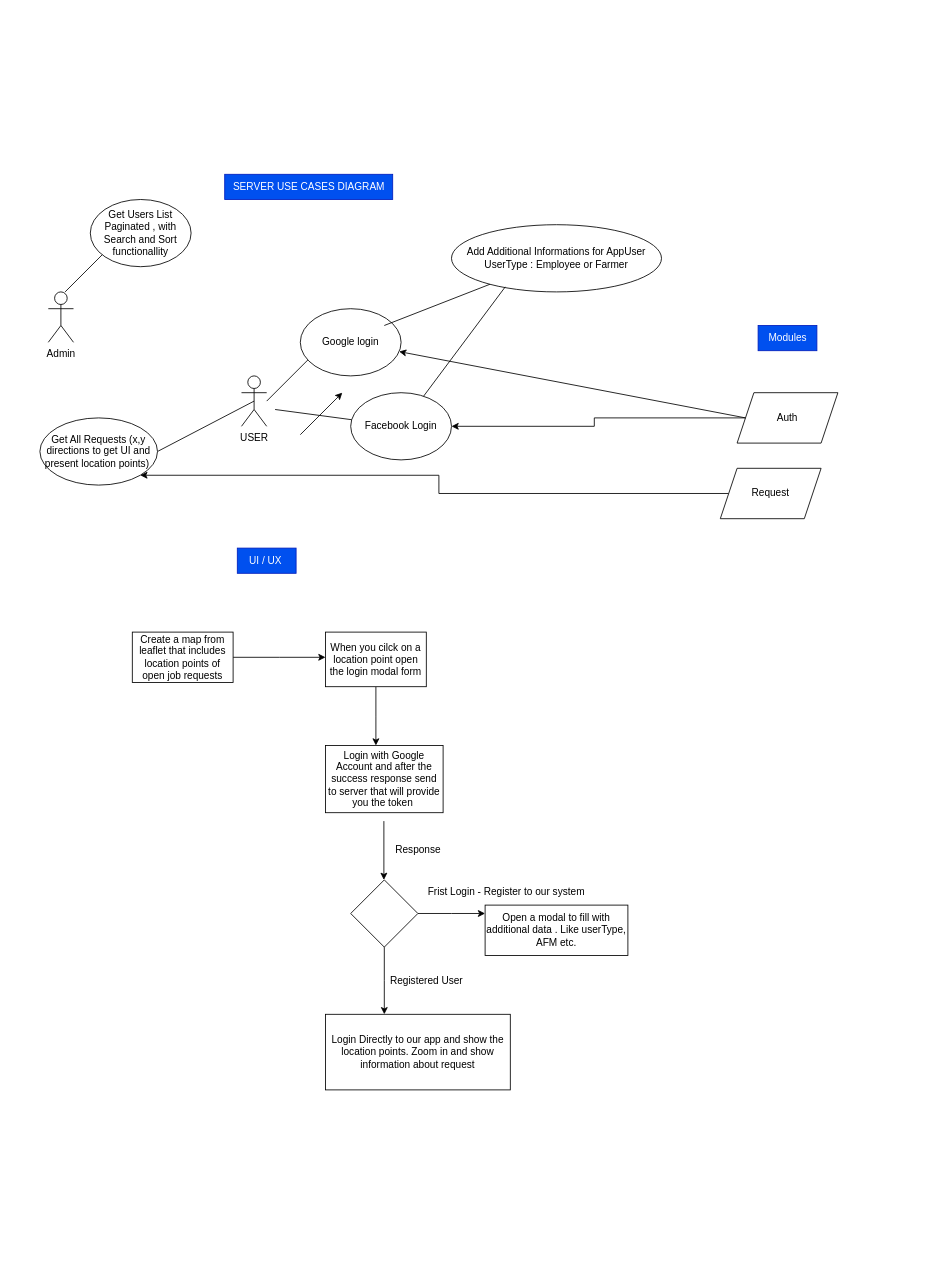
The draw.io diagram documentation/MariaDb/Farm Employee SiteMap.drawio in iliophanis/farm-employee, before the edit. Source tidied: cells renumbered, new cells numbered last; positions are measured from the earlier drawing's top-left corner, leaving out a move shared by most shapes. Both pictures are drawn from the tidied source at 84%, with x=0, y=0 at pixel (39, 174).
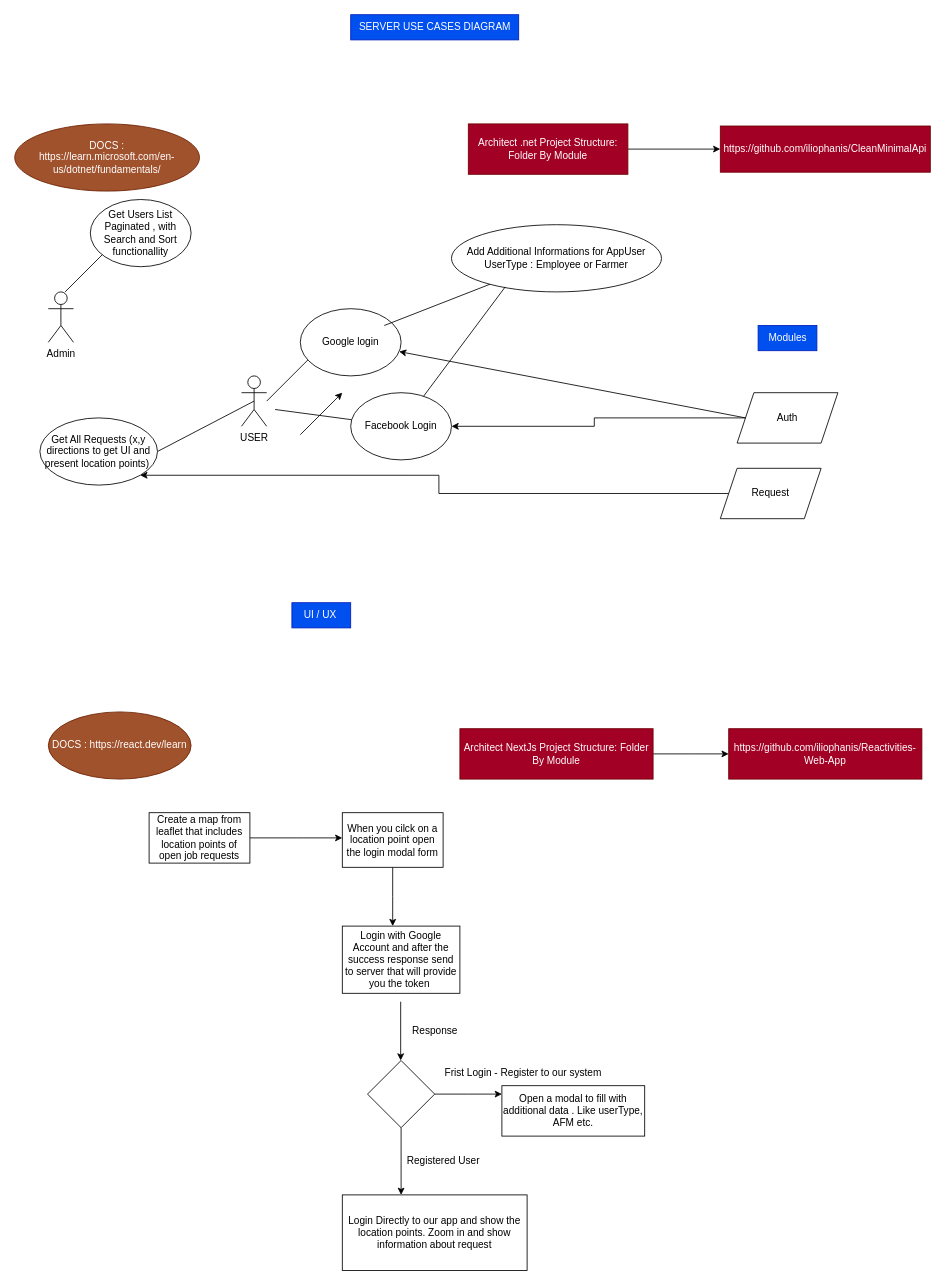
Above is the later version.

Change to the diagram source:
```diff
@@
     <mxCell id="13" value="SERVER USE CASES DIAGRAM" style="text;html=1;align=center;verticalAlign=middle;strokeColor=#001DBC;fillColor=#0050ef;fontColor=#ffffff;" parent="1" vertex="1">
-      <mxGeometry x="220" width="200" height="30" as="geometry" />
+      <mxGeometry x="370" y="-190" width="200" height="30" as="geometry" />
     </mxCell>
     <mxCell id="14" value="UI / UX&amp;nbsp;" style="text;html=1;align=center;verticalAlign=middle;strokeColor=#001DBC;fillColor=#0050ef;fontColor=#ffffff;" parent="1" vertex="1">
-      <mxGeometry x="235" y="445" width="70" height="30" as="geometry" />
+      <mxGeometry x="300" y="510" width="70" height="30" as="geometry" />
     </mxCell>
     <mxCell id="15" style="edgeStyle=orthogonalEdgeStyle;rounded=0;jettySize=auto;html=1;" parent="1" edge="1" source="16">
       <mxGeometry relative="1" as="geometry">
-        <mxPoint x="340" y="575" as="targetPoint" />
+        <mxPoint x="360" y="790" as="targetPoint" />
       </mxGeometry>
     </mxCell>
     <mxCell id="16" value="Create a map from leaflet that includes location points of open job requests" style="rounded=0;whiteSpace=wrap;html=1;" parent="1" vertex="1">
-      <mxGeometry x="110" y="545" width="120" height="60" as="geometry" />
+      <mxGeometry x="130" y="760" width="120" height="60" as="geometry" />
     </mxCell>
     <mxCell id="17" style="edgeStyle=orthogonalEdgeStyle;rounded=0;jettySize=auto;html=1;" parent="1" edge="1" source="18">
       <mxGeometry relative="1" as="geometry">
-        <mxPoint x="400" y="680" as="targetPoint" />
+        <mxPoint x="420" y="895" as="targetPoint" />
       </mxGeometry>
     </mxCell>
     <mxCell id="18" value="When you cilck on a location point open the login modal form" style="rounded=0;whiteSpace=wrap;html=1;" parent="1" vertex="1">
-      <mxGeometry x="340" y="545" width="120" height="65" as="geometry" />
+      <mxGeometry x="360" y="760" width="120" height="65" as="geometry" />
     </mxCell>
     <mxCell id="19" value="Login with Google Account and after the success response send to server that will provide you the token&amp;nbsp;" style="rounded=0;whiteSpace=wrap;html=1;" parent="1" vertex="1">
-      <mxGeometry x="340" y="680" width="140" height="80" as="geometry" />
+      <mxGeometry x="360" y="895" width="140" height="80" as="geometry" />
     </mxCell>
     <mxCell id="20" style="edgeStyle=orthogonalEdgeStyle;rounded=0;jettySize=auto;html=1;" parent="1" edge="1" source="22">
       <mxGeometry relative="1" as="geometry">
-        <mxPoint x="530" y="880" as="targetPoint" />
+        <mxPoint x="550" y="1095" as="targetPoint" />
       </mxGeometry>
     </mxCell>
     <mxCell id="21" style="edgeStyle=orthogonalEdgeStyle;rounded=0;jettySize=auto;html=1;" parent="1" edge="1" source="22">
       <mxGeometry relative="1" as="geometry">
-        <mxPoint x="410" y="1000" as="targetPoint" />
+        <mxPoint x="430" y="1215" as="targetPoint" />
       </mxGeometry>
     </mxCell>
     <mxCell id="22" style="rhombus;whiteSpace=wrap;html=1;" parent="1" vertex="1">
-      <mxGeometry x="370" y="840" width="80" height="80" as="geometry" />
+      <mxGeometry x="390" y="1055" width="80" height="80" as="geometry" />
     </mxCell>
     <mxCell id="23" style="edgeStyle=orthogonalEdgeStyle;rounded=0;orthogonalLoop=1;jettySize=auto;html=1;" parent="1" edge="1">
       <mxGeometry relative="1" as="geometry">
-        <mxPoint x="409.5" y="770" as="sourcePoint" />
-        <mxPoint x="409.5" y="840" as="targetPoint" />
+        <mxPoint x="429.5" y="985" as="sourcePoint" />
+        <mxPoint x="429.5" y="1055" as="targetPoint" />
       </mxGeometry>
     </mxCell>
     <mxCell id="24" value="Response" style="text;html=1;align=center;verticalAlign=middle;strokeColor=none;fillColor=none;" parent="1" vertex="1">
-      <mxGeometry x="410" y="790" width="80" height="30" as="geometry" />
+      <mxGeometry x="430" y="1005" width="80" height="30" as="geometry" />
     </mxCell>
     <mxCell id="25" value="Frist Login - Register to our system" style="text;html=1;align=center;verticalAlign=middle;strokeColor=none;fillColor=none;" parent="1" vertex="1">
-      <mxGeometry x="450" y="840" width="210" height="30" as="geometry" />
+      <mxGeometry x="470" y="1055" width="210" height="30" as="geometry" />
     </mxCell>
     <mxCell id="26" value="Registered User" style="text;html=1;align=center;verticalAlign=middle;strokeColor=none;fillColor=none;" parent="1" vertex="1">
-      <mxGeometry x="405" y="945" width="110" height="30" as="geometry" />
+      <mxGeometry x="425" y="1160" width="110" height="30" as="geometry" />
     </mxCell>
     <mxCell id="27" value="Open a modal to fill with additional data . Like userType, AFM etc." style="whiteSpace=wrap;html=1;" parent="1" vertex="1">
-      <mxGeometry x="530" y="870" width="170" height="60" as="geometry" />
+      <mxGeometry x="550" y="1085" width="170" height="60" as="geometry" />
     </mxCell>
     <mxCell id="28" value="Login Directly to our app and show the location points. Zoom in and show information about request" style="rounded=0;whiteSpace=wrap;html=1;" parent="1" vertex="1">
-      <mxGeometry x="340" y="1000" width="220" height="90" as="geometry" />
+      <mxGeometry x="360" y="1215" width="220" height="90" as="geometry" />
     </mxCell>
@@
+    <mxCell id="38" style="edgeStyle=orthogonalEdgeStyle;rounded=0;jettySize=auto;html=1;entryX=0;entryY=0.5;entryDx=0;entryDy=0;" parent="1" edge="1" source="39">
+      <mxGeometry relative="1" as="geometry">
+        <mxPoint x="820" y="690" as="targetPoint" />
+      </mxGeometry>
+    </mxCell>
+    <mxCell id="39" value="Architect NextJs Project Structure: Folder By Module" style="whiteSpace=wrap;html=1;fillColor=#a20025;fontColor=#ffffff;strokeColor=#6F0000;" parent="1" vertex="1">
+      <mxGeometry x="500" y="660" width="230" height="60" as="geometry" />
+    </mxCell>
+    <mxCell id="40" style="edgeStyle=orthogonalEdgeStyle;rounded=0;jettySize=auto;html=1;" parent="1" edge="1" source="41" target="42">
+      <mxGeometry relative="1" as="geometry" />
+    </mxCell>
+    <mxCell id="41" value="Architect .net Project Structure: Folder By Module" style="whiteSpace=wrap;html=1;fillColor=#a20025;fontColor=#ffffff;strokeColor=#6F0000;" parent="1" vertex="1">
+      <mxGeometry x="510" y="-60" width="190" height="60" as="geometry" />
+    </mxCell>
+    <mxCell id="42" value="https://github.com/iliophanis/CleanMinimalApi" style="whiteSpace=wrap;html=1;fillColor=#a20025;fontColor=#ffffff;strokeColor=#6F0000;" parent="1" vertex="1">
+      <mxGeometry x="810" y="-57.5" width="250" height="55" as="geometry" />
+    </mxCell>
+    <mxCell id="43" value="https://github.com/iliophanis/Reactivities-Web-App" style="whiteSpace=wrap;html=1;fillColor=#a20025;fontColor=#ffffff;strokeColor=#6F0000;" parent="1" vertex="1">
+      <mxGeometry x="820" y="660" width="230" height="60" as="geometry" />
+    </mxCell>
+    <mxCell id="44" value="DOCS : https://react.dev/learn" style="ellipse;whiteSpace=wrap;html=1;fillColor=#a0522d;fontColor=#ffffff;strokeColor=#6D1F00;" parent="1" vertex="1">
+      <mxGeometry x="10" y="640" width="170" height="80" as="geometry" />
+    </mxCell>
+    <mxCell id="45" value="DOCS : &lt;br&gt;https://learn.microsoft.com/en-us/dotnet/fundamentals/" style="ellipse;whiteSpace=wrap;html=1;fillColor=#a0522d;fontColor=#ffffff;strokeColor=#6D1F00;" parent="1" vertex="1">
+      <mxGeometry x="-30" y="-60" width="220" height="80" as="geometry" />
+    </mxCell>
```
